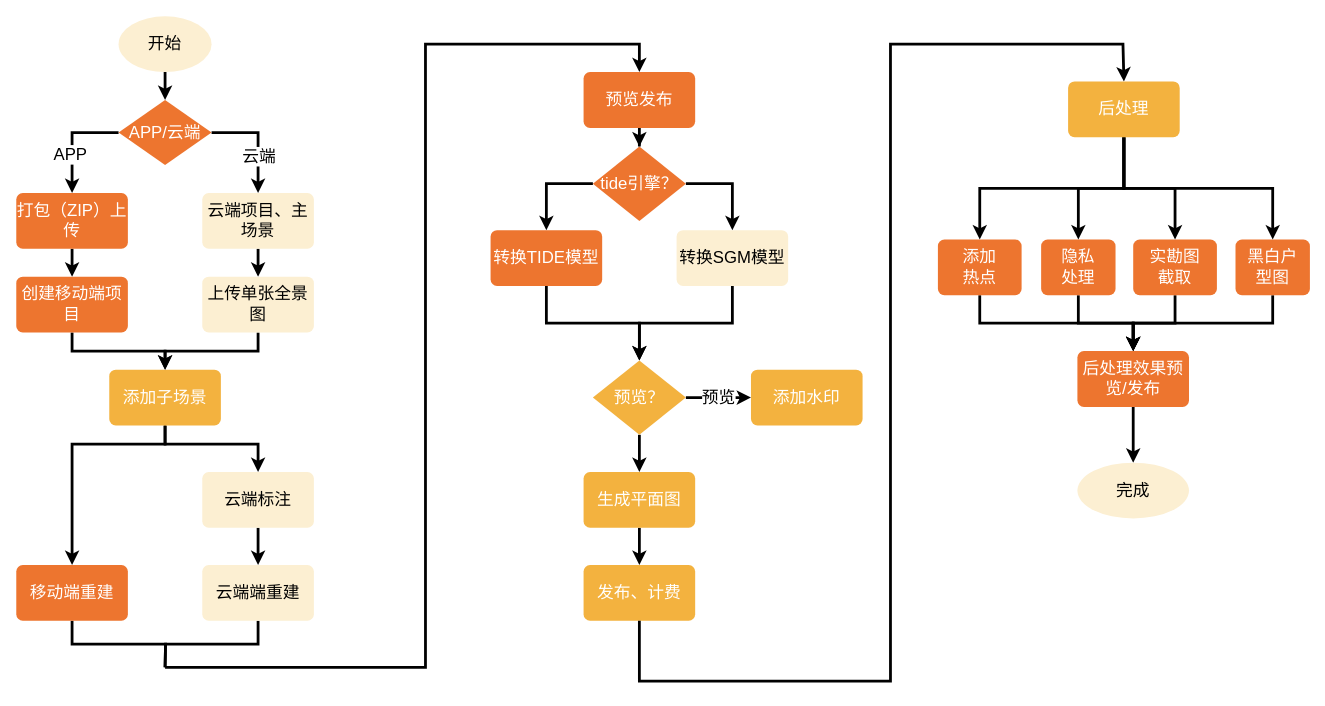
Earlier version of the draw.io diagram 2.7arch.drawio (journeylee/draws). Source tidied: cells renumbered, new cells numbered last; positions are measured from the earlier drawing's top-left corner, leaving out a move shared by most shapes. Both pictures are drawn from the tidied source at 93%, with x=0, y=0 at pixel (16, 16).
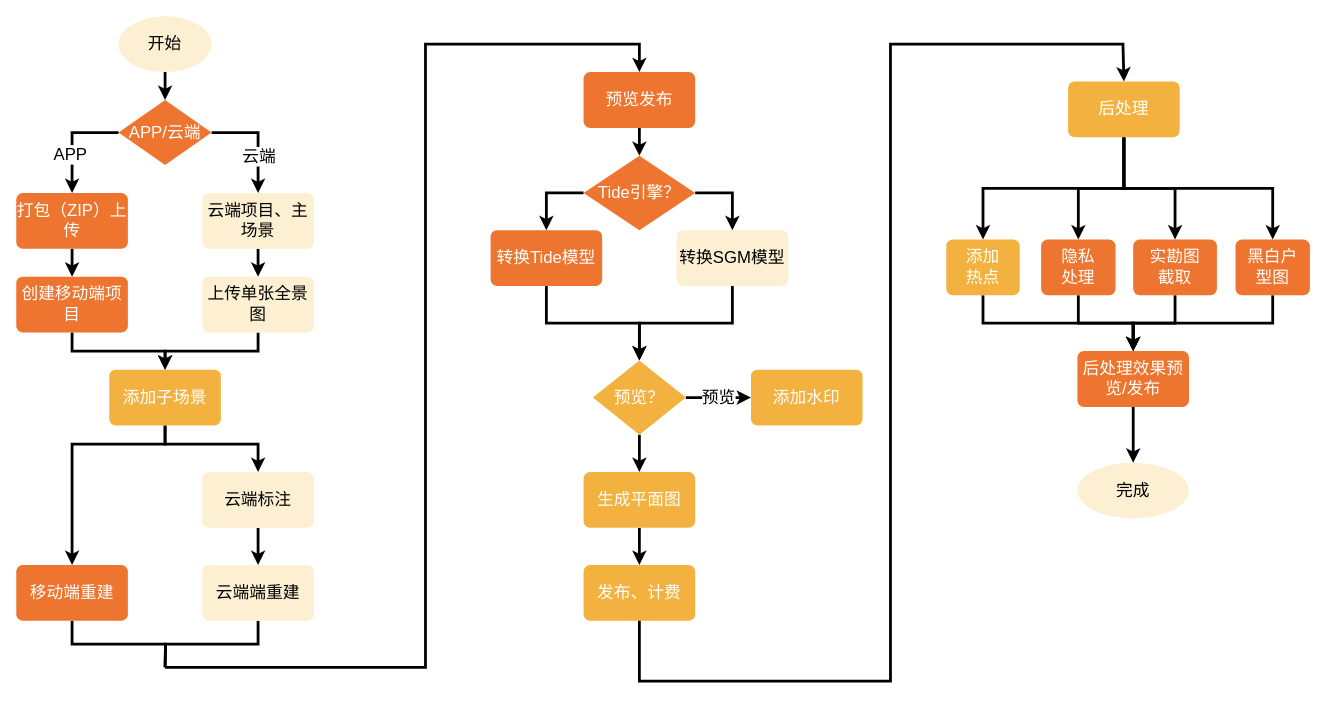
The same page after the edit.

Diff of the diagram source:
```diff
@@
-    <mxCell id="28" value="tide引擎？" style="strokeWidth=2;html=1;shape=mxgraph.flowchart.decision;whiteSpace=wrap;fontSize=18;fillColor=#ED752F;strokeColor=none;fontColor=#FFFFFF;" parent="1" vertex="1">
-      <mxGeometry x="620" y="140" width="100" height="80" as="geometry" />
+    <mxCell id="28" value="Tide引擎？" style="strokeWidth=2;html=1;shape=mxgraph.flowchart.decision;whiteSpace=wrap;fontSize=18;fillColor=#ED752F;strokeColor=none;fontColor=#FFFFFF;" parent="1" vertex="1">
+      <mxGeometry x="610" y="150" width="120" height="80" as="geometry" />
     </mxCell>
@@
-    <mxCell id="35" value="转换TIDE模型" style="rounded=1;whiteSpace=wrap;html=1;absoluteArcSize=1;arcSize=14;strokeWidth=2;fontSize=18;fillColor=#ED752F;strokeColor=none;fontColor=#FFFFFF;" parent="1" vertex="1">
+    <mxCell id="35" value="转换Tide模型" style="rounded=1;whiteSpace=wrap;html=1;absoluteArcSize=1;arcSize=14;strokeWidth=2;fontSize=18;fillColor=#ED752F;strokeColor=none;fontColor=#FFFFFF;" parent="1" vertex="1">
       <mxGeometry x="510" y="230" width="120" height="60" as="geometry" />
     </mxCell>
@@
-    <mxCell id="41" value="添加&lt;br&gt;热点" style="rounded=1;whiteSpace=wrap;html=1;absoluteArcSize=1;arcSize=14;strokeWidth=2;fontSize=18;fillColor=#ED752F;strokeColor=none;fontColor=#FFFFFF;" parent="1" vertex="1">
-      <mxGeometry x="991" y="240" width="90" height="60" as="geometry" />
+    <mxCell id="41" value="添加&lt;br&gt;热点" style="rounded=1;whiteSpace=wrap;html=1;absoluteArcSize=1;arcSize=14;strokeWidth=2;fontSize=18;fillColor=#F3B23F;strokeColor=none;fontColor=#FFFFFF;" parent="1" vertex="1">
+      <mxGeometry x="1000" y="240" width="79" height="60" as="geometry" />
     </mxCell>
```
